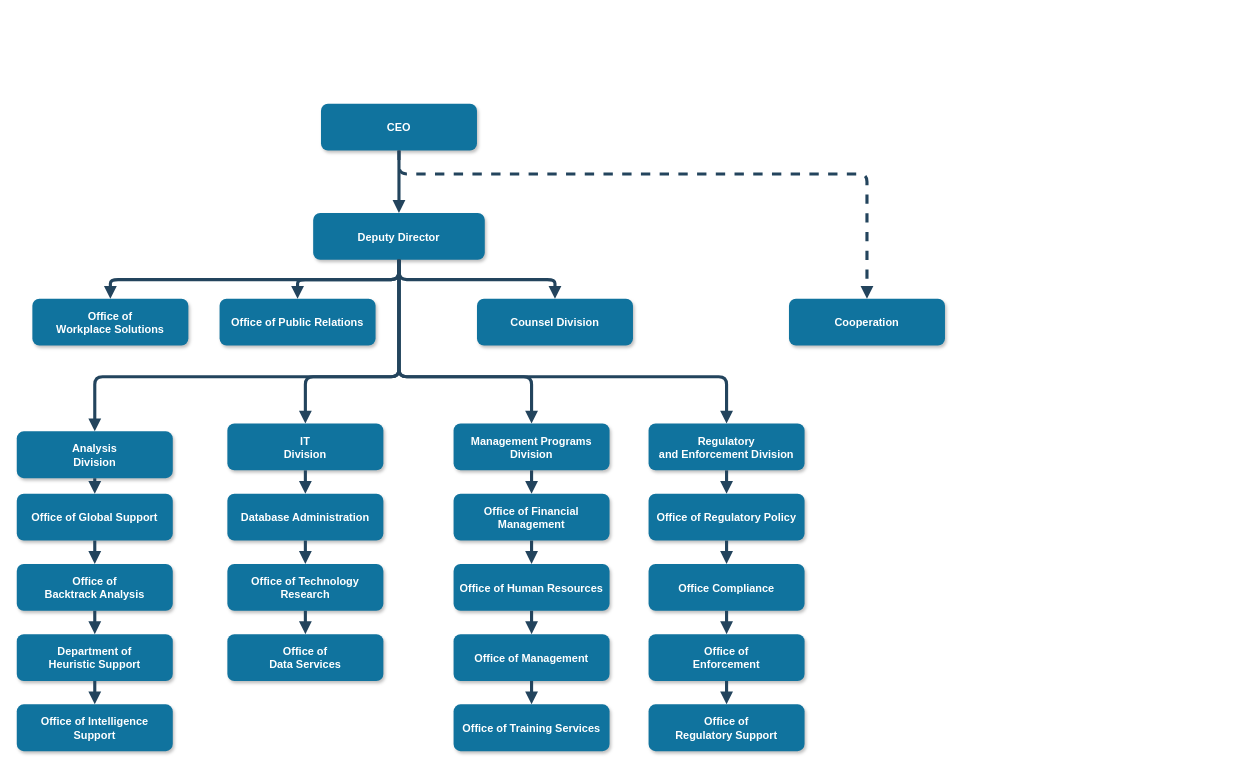
The draw.io diagram NG Structure.drawio in MHosnii/DrawIo, before the edit. Source tidied: cells renumbered, new cells numbered last; positions are measured from the earlier drawing's top-left corner, leaving out a move shared by most shapes. Both pictures are drawn from the tidied source at 78%, with x=0, y=0 at pixel (16, 104).
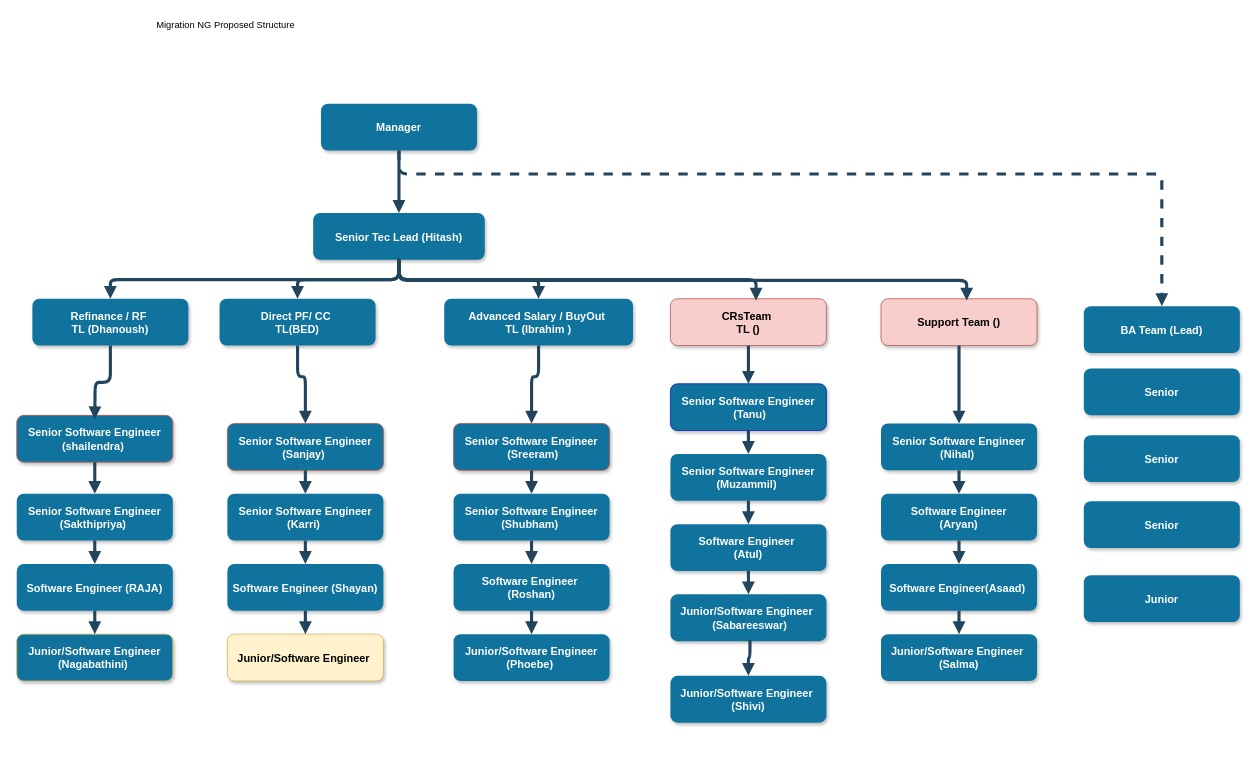
After the change.

Diff of the diagram source:
```diff
@@
-    <mxCell id="2" value="CEO" style="rounded=1;fillColor=#10739E;strokeColor=none;shadow=1;gradientColor=none;fontStyle=1;fontColor=#FFFFFF;fontSize=14;" parent="1" vertex="1">
+    <mxCell id="2" value="Manager" style="rounded=1;fillColor=#10739E;strokeColor=none;shadow=1;gradientColor=none;fontStyle=1;fontColor=#FFFFFF;fontSize=14;" parent="1" vertex="1">
       <mxGeometry x="390" y="-0.5" width="200" height="60" as="geometry" />
     </mxCell>
-    <mxCell id="3" value="Deputy Director" style="rounded=1;fillColor=#10739E;strokeColor=none;shadow=1;gradientColor=none;fontStyle=1;fontColor=#FFFFFF;fontSize=14;" parent="1" vertex="1">
+    <mxCell id="3" value="Senior Tec Lead (Hitash)" style="rounded=1;fillColor=#10739E;strokeColor=none;shadow=1;gradientColor=none;fontStyle=1;fontColor=#FFFFFF;fontSize=14;" parent="1" vertex="1">
       <mxGeometry x="380" y="139.5" width="220" height="60" as="geometry" />
     </mxCell>
-    <mxCell id="4" value="Office of &#10;Workplace Solutions" style="rounded=1;fillColor=#10739E;strokeColor=none;shadow=1;gradientColor=none;fontStyle=1;fontColor=#FFFFFF;fontSize=14;" parent="1" vertex="1">
+    <mxCell id="4" value="Refinance / RF &#10;TL (Dhanoush)" style="rounded=1;fillColor=#10739E;strokeColor=none;shadow=1;gradientColor=none;fontStyle=1;fontColor=#FFFFFF;fontSize=14;" parent="1" vertex="1">
       <mxGeometry x="20" y="249.5" width="200" height="60" as="geometry" />
     </mxCell>
-    <mxCell id="5" value="Office of Public Relations" style="rounded=1;fillColor=#10739E;strokeColor=none;shadow=1;gradientColor=none;fontStyle=1;fontColor=#FFFFFF;fontSize=14;" parent="1" vertex="1">
+    <mxCell id="5" value="Direct PF/ CC &#10;TL(BED)" style="rounded=1;fillColor=#10739E;strokeColor=none;shadow=1;gradientColor=none;fontStyle=1;fontColor=#FFFFFF;fontSize=14;" parent="1" vertex="1">
       <mxGeometry x="260" y="249.5" width="200" height="60" as="geometry" />
     </mxCell>
-    <mxCell id="6" value="Counsel Division" style="rounded=1;fillColor=#10739E;strokeColor=none;shadow=1;gradientColor=none;fontStyle=1;fontColor=#FFFFFF;fontSize=14;" parent="1" vertex="1">
-      <mxGeometry x="590" y="249.5" width="200" height="60" as="geometry" />
+    <mxCell id="6" value="Advanced Salary / BuyOut &#10;TL (Ibrahim )" style="rounded=1;fillColor=#10739E;strokeColor=none;shadow=1;gradientColor=none;fontStyle=1;fontColor=#FFFFFF;fontSize=14;" parent="1" vertex="1">
+      <mxGeometry x="548" y="249.5" width="242" height="60" as="geometry" />
     </mxCell>
-    <mxCell id="7" value="Cooperation" style="rounded=1;fillColor=#10739E;strokeColor=none;shadow=1;gradientColor=none;fontStyle=1;fontColor=#FFFFFF;fontSize=14;" parent="1" vertex="1">
-      <mxGeometry x="990" y="249.5" width="200" height="60" as="geometry" />
+    <mxCell id="7" value="CRsTeam &#10;TL ()" style="rounded=1;fillColor=#f8cecc;strokeColor=#b85450;shadow=1;fontStyle=1;fontSize=14;" parent="1" vertex="1">
+      <mxGeometry x="838" y="249.5" width="200" height="60" as="geometry" />
     </mxCell>
-    <mxCell id="8" value="Analysis &#10;Division" style="rounded=1;fillColor=#10739E;strokeColor=none;shadow=1;gradientColor=none;fontStyle=1;fontColor=#FFFFFF;fontSize=14;" parent="1" vertex="1">
-      <mxGeometry y="419.5" width="200" height="60" as="geometry" />
+    <mxCell id="8" value="Senior Software Engineer&#10;(shailendra) " style="rounded=1;fillColor=#10739e;strokeColor=#b85450;shadow=1;fontStyle=1;fontSize=14;fontColor=#ffffff;" parent="1" vertex="1">
+      <mxGeometry y="399" width="200" height="60" as="geometry" />
     </mxCell>
-    <mxCell id="9" value="Office of Global Support" style="rounded=1;fillColor=#10739E;strokeColor=none;shadow=1;gradientColor=none;fontStyle=1;fontColor=#FFFFFF;fontSize=14;" parent="1" vertex="1">
+    <mxCell id="9" value="Senior Software Engineer&#10;(Sakthipriya) " style="rounded=1;fillColor=#10739E;strokeColor=none;shadow=1;gradientColor=none;fontStyle=1;fontColor=#FFFFFF;fontSize=14;" parent="1" vertex="1">
       <mxGeometry y="499.5" width="200" height="60" as="geometry" />
     </mxCell>
-    <mxCell id="10" value="Office of &#10;Backtrack Analysis" style="rounded=1;fillColor=#10739E;strokeColor=none;shadow=1;gradientColor=none;fontStyle=1;fontColor=#FFFFFF;fontSize=14;" parent="1" vertex="1">
+    <mxCell id="10" value="Software Engineer (RAJA)" style="rounded=1;fillColor=#10739E;strokeColor=none;shadow=1;gradientColor=none;fontStyle=1;fontColor=#FFFFFF;fontSize=14;" parent="1" vertex="1">
       <mxGeometry y="589.5" width="200" height="60" as="geometry" />
     </mxCell>
-    <mxCell id="11" value="Department of &#10;Heuristic Support" style="rounded=1;fillColor=#10739E;strokeColor=none;shadow=1;gradientColor=none;fontStyle=1;fontColor=#FFFFFF;fontSize=14;" parent="1" vertex="1">
+    <mxCell id="11" value="Junior/Software Engineer&#10;(Nagabathini) " style="rounded=1;fillColor=#10719c;strokeColor=#d6b656;shadow=1;fontStyle=1;fontSize=14;fontColor=#ffffff;" parent="1" vertex="1">
       <mxGeometry y="679.5" width="200" height="60" as="geometry" />
     </mxCell>
-    <mxCell id="12" value="Office of Intelligence &#10;Support" style="rounded=1;fillColor=#10739E;strokeColor=none;shadow=1;gradientColor=none;fontStyle=1;fontColor=#FFFFFF;fontSize=14;" parent="1" vertex="1">
-      <mxGeometry y="769.5" width="200" height="60" as="geometry" />
+    <mxCell id="12" value="Senior" style="rounded=1;fillColor=#10739E;strokeColor=none;shadow=1;gradientColor=none;fontStyle=1;fontColor=#FFFFFF;fontSize=14;" parent="1" vertex="1">
+      <mxGeometry x="1368" y="339" width="200" height="60" as="geometry" />
     </mxCell>
-    <mxCell id="13" value="IT&#10;Division" style="rounded=1;fillColor=#10739E;strokeColor=none;shadow=1;gradientColor=none;fontStyle=1;fontColor=#FFFFFF;fontSize=14;" parent="1" vertex="1">
+    <mxCell id="13" value="Senior Software Engineer&#10;(Sanjay) " style="rounded=1;fillColor=#10739e;strokeColor=#b85450;shadow=1;fontStyle=1;fontSize=14;fontColor=#ffffff;" parent="1" vertex="1">
       <mxGeometry x="270" y="409.5" width="200" height="60" as="geometry" />
     </mxCell>
-    <mxCell id="14" value="Database Administration" style="rounded=1;fillColor=#10739E;strokeColor=none;shadow=1;gradientColor=none;fontStyle=1;fontColor=#FFFFFF;fontSize=14;" parent="1" vertex="1">
+    <mxCell id="14" value="Senior Software Engineer&#10;(Karri) " style="rounded=1;fillColor=#10739E;strokeColor=none;shadow=1;gradientColor=none;fontStyle=1;fontColor=#FFFFFF;fontSize=14;" parent="1" vertex="1">
       <mxGeometry x="270" y="499.5" width="200" height="60" as="geometry" />
     </mxCell>
-    <mxCell id="15" value="Office of Technology &#10;Research" style="rounded=1;fillColor=#10739E;strokeColor=none;shadow=1;gradientColor=none;fontStyle=1;fontColor=#FFFFFF;fontSize=14;" parent="1" vertex="1">
+    <mxCell id="15" value="Software Engineer (Shayan)" style="rounded=1;fillColor=#10739E;strokeColor=none;shadow=1;gradientColor=none;fontStyle=1;fontColor=#FFFFFF;fontSize=14;" parent="1" vertex="1">
       <mxGeometry x="270" y="589.5" width="200" height="60" as="geometry" />
     </mxCell>
-    <mxCell id="16" value="Office of&#10;Data Services" style="rounded=1;fillColor=#10739E;strokeColor=none;shadow=1;gradientColor=none;fontStyle=1;fontColor=#FFFFFF;fontSize=14;" parent="1" vertex="1">
+    <mxCell id="16" value="Junior/Software Engineer " style="rounded=1;fillColor=#fff2cc;strokeColor=#d6b656;shadow=1;fontStyle=1;fontSize=14;" parent="1" vertex="1">
       <mxGeometry x="270" y="679.5" width="200" height="60" as="geometry" />
     </mxCell>
-    <mxCell id="17" value="Management Programs &#10;Division" style="rounded=1;fillColor=#10739E;strokeColor=none;shadow=1;gradientColor=none;fontStyle=1;fontColor=#FFFFFF;fontSize=14;" parent="1" vertex="1">
+    <mxCell id="17" value="Senior Software Engineer&#10; (Sreeram)" style="rounded=1;fillColor=#10739e;strokeColor=#b85450;shadow=1;fontStyle=1;fontSize=14;fontColor=#ffffff;" parent="1" vertex="1">
       <mxGeometry x="560" y="409.5" width="200" height="60" as="geometry" />
     </mxCell>
-    <mxCell id="18" value="Office of Financial &#10;Management" style="rounded=1;fillColor=#10739E;strokeColor=none;shadow=1;gradientColor=none;fontStyle=1;fontColor=#FFFFFF;fontSize=14;" parent="1" vertex="1">
+    <mxCell id="18" value="Senior Software Engineer&#10;(Shubham) " style="rounded=1;fillColor=#10739E;strokeColor=none;shadow=1;gradientColor=none;fontStyle=1;fontColor=#FFFFFF;fontSize=14;" parent="1" vertex="1">
       <mxGeometry x="560" y="499.5" width="200" height="60" as="geometry" />
     </mxCell>
-    <mxCell id="19" value="Office of Human Resources" style="rounded=1;fillColor=#10739E;strokeColor=none;shadow=1;gradientColor=none;fontStyle=1;fontColor=#FFFFFF;fontSize=14;" parent="1" vertex="1">
+    <mxCell id="19" value="Software Engineer &#10;(Roshan)" style="rounded=1;fillColor=#10739E;strokeColor=none;shadow=1;gradientColor=none;fontStyle=1;fontColor=#FFFFFF;fontSize=14;" parent="1" vertex="1">
       <mxGeometry x="560" y="589.5" width="200" height="60" as="geometry" />
     </mxCell>
-    <mxCell id="20" value="Office of Management " style="rounded=1;fillColor=#10739E;strokeColor=none;shadow=1;gradientColor=none;fontStyle=1;fontColor=#FFFFFF;fontSize=14;" parent="1" vertex="1">
+    <mxCell id="20" value="Junior/Software Engineer&#10;(Phoebe) " style="rounded=1;fillColor=#10739E;strokeColor=none;shadow=1;gradientColor=none;fontStyle=1;fontColor=#FFFFFF;fontSize=14;" parent="1" vertex="1">
       <mxGeometry x="560" y="679.5" width="200" height="60" as="geometry" />
     </mxCell>
-    <mxCell id="21" value="Office of Training Services" style="rounded=1;fillColor=#10739E;strokeColor=none;shadow=1;gradientColor=none;fontStyle=1;fontColor=#FFFFFF;fontSize=14;" parent="1" vertex="1">
-      <mxGeometry x="560" y="769.5" width="200" height="60" as="geometry" />
-    </mxCell>
-    <mxCell id="22" value="Regulatory &#10;and Enforcement Division" style="rounded=1;fillColor=#10739E;strokeColor=none;shadow=1;gradientColor=none;fontStyle=1;fontColor=#FFFFFF;fontSize=14;" parent="1" vertex="1">
-      <mxGeometry x="810" y="409.5" width="200" height="60" as="geometry" />
+    <mxCell id="22" value="Senior Software Engineer&#10; (Tanu)" style="rounded=1;fillColor=#10739e;strokeColor=#001DBC;shadow=1;fontStyle=1;fontSize=14;fontColor=#ffffff;" parent="1" vertex="1">
+      <mxGeometry x="838" y="358.5" width="200" height="60" as="geometry" />
     </mxCell>
-    <mxCell id="23" value="Office of Regulatory Policy" style="rounded=1;fillColor=#10739E;strokeColor=none;shadow=1;gradientColor=none;fontStyle=1;fontColor=#FFFFFF;fontSize=14;" parent="1" vertex="1">
-      <mxGeometry x="810" y="499.5" width="200" height="60" as="geometry" />
+    <mxCell id="23" value="Senior Software Engineer&#10;(Muzammil) " style="rounded=1;fillColor=#10739E;strokeColor=none;shadow=1;gradientColor=none;fontStyle=1;fontColor=#FFFFFF;fontSize=14;" parent="1" vertex="1">
+      <mxGeometry x="838" y="448.5" width="200" height="60" as="geometry" />
     </mxCell>
-    <mxCell id="24" value="Office Compliance" style="rounded=1;fillColor=#10739E;strokeColor=none;shadow=1;gradientColor=none;fontStyle=1;fontColor=#FFFFFF;fontSize=14;" parent="1" vertex="1">
-      <mxGeometry x="810" y="589.5" width="200" height="60" as="geometry" />
+    <mxCell id="24" value="Software Engineer &#10;(Atul)" style="rounded=1;fillColor=#10739E;strokeColor=none;shadow=1;gradientColor=none;fontStyle=1;fontColor=#FFFFFF;fontSize=14;" parent="1" vertex="1">
+      <mxGeometry x="838" y="538.5" width="200" height="60" as="geometry" />
     </mxCell>
-    <mxCell id="25" value="Office of &#10;Enforcement" style="rounded=1;fillColor=#10739E;strokeColor=none;shadow=1;gradientColor=none;fontStyle=1;fontColor=#FFFFFF;fontSize=14;" parent="1" vertex="1">
-      <mxGeometry x="810" y="679.5" width="200" height="60" as="geometry" />
+    <mxCell id="25" value="Junior/Software Engineer &#10; (Sabareeswar)" style="rounded=1;fillColor=#10739E;strokeColor=none;shadow=1;gradientColor=none;fontStyle=1;fontColor=#FFFFFF;fontSize=14;" parent="1" vertex="1">
+      <mxGeometry x="838" y="628.5" width="200" height="60" as="geometry" />
     </mxCell>
-    <mxCell id="26" value="Office of&#10; Regulatory Support" style="rounded=1;fillColor=#10739E;strokeColor=none;shadow=1;gradientColor=none;fontStyle=1;fontColor=#FFFFFF;fontSize=14;" parent="1" vertex="1">
-      <mxGeometry x="810" y="769.5" width="200" height="60" as="geometry" />
-    </mxCell>
@@
-    <mxCell id="31" style="edgeStyle=elbowEdgeStyle;elbow=vertical;strokeWidth=4;endArrow=block;endFill=1;fontStyle=1;dashed=1;strokeColor=#23445D;" parent="1" edge="1" source="2" target="7">
+    <mxCell id="31" style="edgeStyle=elbowEdgeStyle;elbow=vertical;strokeWidth=4;endArrow=block;endFill=1;fontStyle=1;dashed=1;strokeColor=#23445D;entryX=0.5;entryY=0;entryDx=0;entryDy=0;" parent="1" edge="1" source="2" target="52">
       <mxGeometry x="22" y="165.5" as="geometry">
         <Array as="points">
           <mxPoint x="780" y="89.5" />
         </Array>
       </mxGeometry>
     </mxCell>
-    <mxCell id="32" style="edgeStyle=elbowEdgeStyle;elbow=vertical;strokeWidth=4;endArrow=block;endFill=1;fontStyle=1;strokeColor=#23445D;" parent="1" edge="1" source="3" target="8">
+    <mxCell id="32" style="elbow=vertical;strokeWidth=4;endArrow=block;endFill=1;fontStyle=1;strokeColor=#23445D;exitX=0.5;exitY=1;exitDx=0;exitDy=0;edgeStyle=orthogonalEdgeStyle;" parent="1" edge="1" source="4">
       <mxGeometry x="22" y="165.5" as="geometry">
-        <Array as="points">
-          <mxPoint x="270" y="349.5" />
-        </Array>
+        <mxPoint x="100" y="404" as="targetPoint" />
       </mxGeometry>
     </mxCell>
-    <mxCell id="33" style="edgeStyle=elbowEdgeStyle;elbow=vertical;strokeWidth=4;endArrow=block;endFill=1;fontStyle=1;strokeColor=#23445D;" parent="1" edge="1" source="3" target="22">
+    <mxCell id="33" style="edgeStyle=elbowEdgeStyle;elbow=vertical;strokeWidth=4;endArrow=block;endFill=1;fontStyle=1;strokeColor=#23445D;exitX=0.5;exitY=1;exitDx=0;exitDy=0;" parent="1" edge="1" source="7" target="22">
       <mxGeometry x="22" y="165.5" as="geometry">
         <Array as="points">
-          <mxPoint x="690" y="349.5" />
+          <mxPoint x="938" y="384" />
         </Array>
       </mxGeometry>
     </mxCell>
@@
-    <mxCell id="37" style="edgeStyle=elbowEdgeStyle;elbow=vertical;strokeWidth=4;endArrow=block;endFill=1;fontStyle=1;strokeColor=#23445D;" parent="1" edge="1" source="11" target="12">
-      <mxGeometry x="62" y="195.5" as="geometry" />
-    </mxCell>
@@
-    <mxCell id="44" style="edgeStyle=elbowEdgeStyle;elbow=vertical;strokeWidth=4;endArrow=block;endFill=1;fontStyle=1;strokeColor=#23445D;" parent="1" edge="1" source="20" target="21">
-      <mxGeometry x="72" y="195.5" as="geometry" />
-    </mxCell>
@@
-    <mxCell id="48" style="edgeStyle=elbowEdgeStyle;elbow=vertical;strokeWidth=4;endArrow=block;endFill=1;fontStyle=1;strokeColor=#23445D;" parent="1" edge="1" source="25" target="26">
-      <mxGeometry x="72" y="195.5" as="geometry" />
-    </mxCell>
-    <mxCell id="49" style="edgeStyle=elbowEdgeStyle;elbow=vertical;strokeWidth=4;endArrow=block;endFill=1;fontStyle=1;strokeColor=#23445D;" parent="1" edge="1" source="3" target="13">
+    <mxCell id="49" style="edgeStyle=elbowEdgeStyle;elbow=vertical;strokeWidth=4;endArrow=block;endFill=1;fontStyle=1;strokeColor=#23445D;exitX=0.5;exitY=1;exitDx=0;exitDy=0;" parent="1" edge="1" source="5" target="13">
       <mxGeometry x="22" y="165.5" as="geometry">
         <Array as="points">
           <mxPoint x="370" y="349.5" />
         </Array>
       </mxGeometry>
     </mxCell>
-    <mxCell id="50" style="edgeStyle=elbowEdgeStyle;elbow=vertical;strokeWidth=4;endArrow=block;endFill=1;fontStyle=1;strokeColor=#23445D;" parent="1" edge="1" source="3" target="17">
+    <mxCell id="50" style="edgeStyle=elbowEdgeStyle;elbow=vertical;strokeWidth=4;endArrow=block;endFill=1;fontStyle=1;strokeColor=#23445D;exitX=0.5;exitY=1;exitDx=0;exitDy=0;" parent="1" edge="1" source="6" target="17">
       <mxGeometry x="22" y="165.5" as="geometry">
         <Array as="points">
           <mxPoint x="660" y="349.5" />
         </Array>
       </mxGeometry>
     </mxCell>
+    <mxCell id="51" style="edgeStyle=elbowEdgeStyle;elbow=vertical;strokeWidth=4;endArrow=block;endFill=1;fontStyle=1;strokeColor=#23445D;entryX=0.549;entryY=0.072;entryDx=0;entryDy=0;entryPerimeter=0;exitX=0.5;exitY=1;exitDx=0;exitDy=0;" parent="1" edge="1">
+      <mxGeometry x="22" y="165.5" as="geometry">
+        <mxPoint x="490" y="197.5" as="sourcePoint" />
+        <mxPoint x="947.8" y="251.8" as="targetPoint" />
+      </mxGeometry>
+    </mxCell>
+    <mxCell id="52" value="BA Team (Lead)" style="rounded=1;fillColor=#10739E;strokeColor=none;shadow=1;gradientColor=none;fontStyle=1;fontColor=#FFFFFF;fontSize=14;" parent="1" vertex="1">
+      <mxGeometry x="1368" y="259" width="200" height="60" as="geometry" />
+    </mxCell>
+    <mxCell id="53" value="Senior" style="rounded=1;fillColor=#10739E;strokeColor=none;shadow=1;gradientColor=none;fontStyle=1;fontColor=#FFFFFF;fontSize=14;" parent="1" vertex="1">
+      <mxGeometry x="1368" y="424.5" width="200" height="60" as="geometry" />
+    </mxCell>
+    <mxCell id="54" value="Senior" style="rounded=1;fillColor=#10739E;strokeColor=none;shadow=1;gradientColor=none;fontStyle=1;fontColor=#FFFFFF;fontSize=14;" parent="1" vertex="1">
+      <mxGeometry x="1368" y="509" width="200" height="60" as="geometry" />
+    </mxCell>
+    <mxCell id="55" value="Support Team ()" style="rounded=1;fillColor=#f8cecc;strokeColor=#b85450;shadow=1;fontStyle=1;fontSize=14;" parent="1" vertex="1">
+      <mxGeometry x="1108" y="249.5" width="200" height="60" as="geometry" />
+    </mxCell>
+    <mxCell id="56" value="Senior Software Engineer&#10;(Nihal) " style="rounded=1;fillColor=#10739E;strokeColor=none;shadow=1;gradientColor=none;fontStyle=1;fontColor=#FFFFFF;fontSize=14;" parent="1" vertex="1">
+      <mxGeometry x="1108" y="409.5" width="200" height="60" as="geometry" />
+    </mxCell>
+    <mxCell id="57" value="Software Engineer&#10;(Aryan)" style="rounded=1;fillColor=#10739E;strokeColor=none;shadow=1;gradientColor=none;fontStyle=1;fontColor=#FFFFFF;fontSize=14;" parent="1" vertex="1">
+      <mxGeometry x="1108" y="499.5" width="200" height="60" as="geometry" />
+    </mxCell>
+    <mxCell id="58" value="Software Engineer(Asaad) " style="rounded=1;fillColor=#10739E;strokeColor=none;shadow=1;gradientColor=none;fontStyle=1;fontColor=#FFFFFF;fontSize=14;" parent="1" vertex="1">
+      <mxGeometry x="1108" y="589.5" width="200" height="60" as="geometry" />
+    </mxCell>
+    <mxCell id="59" value="Junior/Software Engineer &#10;(Salma)" style="rounded=1;fillColor=#10739E;strokeColor=none;shadow=1;gradientColor=none;fontStyle=1;fontColor=#FFFFFF;fontSize=14;" parent="1" vertex="1">
+      <mxGeometry x="1108" y="679.5" width="200" height="60" as="geometry" />
+    </mxCell>
+    <mxCell id="60" style="edgeStyle=elbowEdgeStyle;elbow=vertical;strokeWidth=4;endArrow=block;endFill=1;fontStyle=1;strokeColor=#23445D;exitX=0.5;exitY=1;exitDx=0;exitDy=0;" parent="1" edge="1" source="55" target="56">
+      <mxGeometry x="22" y="165.5" as="geometry">
+        <Array as="points">
+          <mxPoint x="1208" y="384" />
+        </Array>
+      </mxGeometry>
+    </mxCell>
+    <mxCell id="61" style="edgeStyle=elbowEdgeStyle;elbow=vertical;strokeWidth=4;endArrow=block;endFill=1;fontStyle=1;strokeColor=#23445D;" parent="1" edge="1" source="56" target="57">
+      <mxGeometry x="72" y="165.5" as="geometry" />
+    </mxCell>
+    <mxCell id="62" style="edgeStyle=elbowEdgeStyle;elbow=vertical;strokeWidth=4;endArrow=block;endFill=1;fontStyle=1;strokeColor=#23445D;" parent="1" edge="1" source="57" target="58">
+      <mxGeometry x="72" y="175.5" as="geometry" />
+    </mxCell>
+    <mxCell id="63" style="edgeStyle=elbowEdgeStyle;elbow=vertical;strokeWidth=4;endArrow=block;endFill=1;fontStyle=1;strokeColor=#23445D;" parent="1" edge="1" source="58" target="59">
+      <mxGeometry x="72" y="185.5" as="geometry" />
+    </mxCell>
+    <mxCell id="64" style="edgeStyle=elbowEdgeStyle;elbow=vertical;strokeWidth=4;endArrow=block;endFill=1;fontStyle=1;strokeColor=#23445D;entryX=0.549;entryY=0.072;entryDx=0;entryDy=0;entryPerimeter=0;exitX=0.5;exitY=1;exitDx=0;exitDy=0;" parent="1" edge="1" source="3">
+      <mxGeometry x="22" y="165.5" as="geometry">
+        <mxPoint x="1217.8" y="251.8" as="targetPoint" />
+      </mxGeometry>
+    </mxCell>
+    <mxCell id="65" value="Junior" style="rounded=1;fillColor=#10739E;strokeColor=none;shadow=1;gradientColor=none;fontStyle=1;fontColor=#FFFFFF;fontSize=14;" parent="1" vertex="1">
+      <mxGeometry x="1368" y="604" width="200" height="60" as="geometry" />
+    </mxCell>
+    <mxCell id="66" value="Migration NG Proposed Structure" style="text;html=1;align=center;verticalAlign=middle;whiteSpace=wrap;rounded=0;" parent="1" vertex="1">
+      <mxGeometry x="118" y="-116" width="300" height="30" as="geometry" />
+    </mxCell>
+    <mxCell id="67" value="Junior/Software Engineer &#10;(Shivi)" style="rounded=1;fillColor=#10739E;strokeColor=none;shadow=1;gradientColor=none;fontStyle=1;fontColor=#FFFFFF;fontSize=14;" parent="1" vertex="1">
+      <mxGeometry x="838" y="733" width="200" height="60" as="geometry" />
+    </mxCell>
+    <mxCell id="68" style="edgeStyle=elbowEdgeStyle;elbow=vertical;strokeWidth=4;endArrow=block;endFill=1;fontStyle=1;strokeColor=#23445D;entryX=0.5;entryY=0;entryDx=0;entryDy=0;" parent="1" edge="1" target="67">
+      <mxGeometry x="72" y="185.5" as="geometry">
+        <mxPoint x="940" y="687" as="sourcePoint" />
+      </mxGeometry>
+    </mxCell>
```
